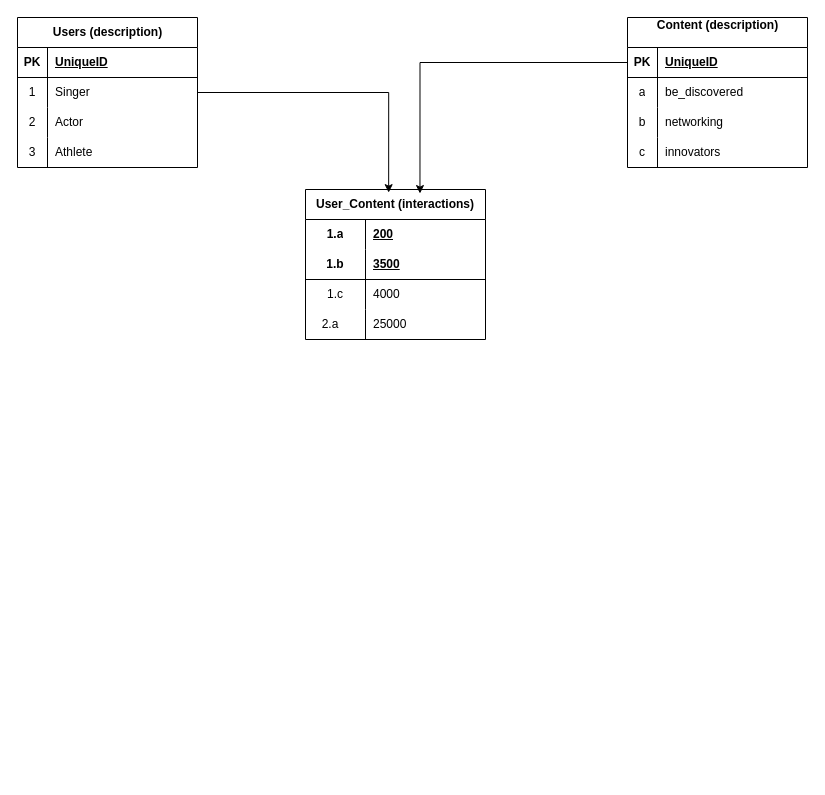
Earlier version of the draw.io diagram Untitled Diagram.drawio (joseantbelloac/Talentpitch). Source tidied: cells renumbered, new cells numbered last; positions are measured from the earlier drawing's top-left corner, leaving out a move shared by most shapes. Both pictures are drawn from the tidied source at 100%, with x=0, y=0 at pixel (17, 17).
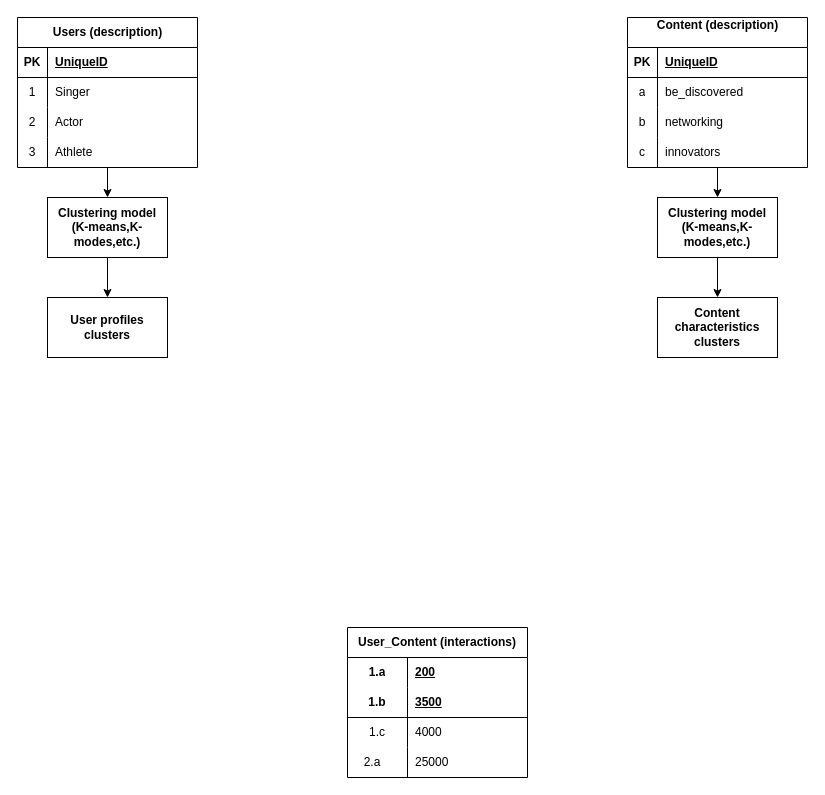
After the change.

The change refers to these unchanged cells:
```xml
<mxCell id="15" value="Users (description)" style="shape=table;startSize=30;childLayout=tableLayout;rowLines=0;fontStyle=1;align=center;html=1;" parent="1" vertex="1">
  <mxGeometry width="180" height="150" as="geometry" />
</mxCell>
<mxCell id="28" value="Content (description)&lt;div&gt;&lt;br&gt;&lt;/div&gt;" style="shape=table;startSize=30;childLayout=tableLayout;rowLines=0;fontStyle=1;align=center;html=1;" parent="1" vertex="1">
  <mxGeometry x="610" width="180" height="150" as="geometry" />
</mxCell>
<mxCell id="29" style="shape=tableRow;horizontal=0;startSize=0;swimlaneHead=0;swimlaneBody=0;fillColor=none;points=[[0,0.5],[1,0.5]];portConstraint=eastwest;top=0;left=0;right=0;bottom=1;" parent="28" vertex="1">
  <mxGeometry y="30" width="180" height="30" as="geometry" />
</mxCell>
```

Diff of the diagram source:
```diff
@@
     <mxCell id="2" value="User_Content (interactions)" style="shape=table;startSize=30;childLayout=tableLayout;rowLines=0;fontStyle=1;align=center;html=1;whiteSpace=wrap;" parent="1" vertex="1">
-      <mxGeometry x="288" y="172" width="180" height="150" as="geometry" />
+      <mxGeometry x="330" y="610" width="180" height="150" as="geometry" />
     </mxCell>
@@
+    <mxCell id="43" style="edgeStyle=orthogonalEdgeStyle;rounded=0;jettySize=auto;html=1;" parent="1" edge="1" source="15" target="46">
+      <mxGeometry relative="1" as="geometry" />
+    </mxCell>
@@
+    <mxCell id="44" style="edgeStyle=orthogonalEdgeStyle;rounded=0;jettySize=auto;html=1;entryX=0.5;entryY=0;entryDx=0;entryDy=0;" parent="1" edge="1" source="28" target="48">
+      <mxGeometry relative="1" as="geometry" />
+    </mxCell>
@@
-    <mxCell id="41" style="edgeStyle=orthogonalEdgeStyle;rounded=0;jettySize=auto;html=1;entryX=0.462;entryY=0.021;entryDx=0;entryDy=0;entryPerimeter=0;" parent="1" edge="1" source="15" target="2">
-      <mxGeometry relative="1" as="geometry" />
-    </mxCell>
-    <mxCell id="42" style="edgeStyle=orthogonalEdgeStyle;rounded=0;jettySize=auto;html=1;entryX=0.636;entryY=0.027;entryDx=0;entryDy=0;entryPerimeter=0;" parent="1" edge="1" source="29" target="2">
-      <mxGeometry relative="1" as="geometry" />
-    </mxCell>
+    <mxCell id="45" style="edgeStyle=orthogonalEdgeStyle;rounded=0;jettySize=auto;html=1;" parent="1" edge="1" source="46" target="49">
+      <mxGeometry relative="1" as="geometry" />
+    </mxCell>
+    <mxCell id="46" value="Clustering model&lt;div&gt;(K-means,K-modes,etc.)&lt;/div&gt;" style="whiteSpace=wrap;html=1;startSize=30;fontStyle=1;" parent="1" vertex="1">
+      <mxGeometry x="30" y="180" width="120" height="60" as="geometry" />
+    </mxCell>
+    <mxCell id="47" style="edgeStyle=orthogonalEdgeStyle;rounded=0;jettySize=auto;html=1;" parent="1" edge="1" source="48" target="50">
+      <mxGeometry relative="1" as="geometry" />
+    </mxCell>
+    <mxCell id="48" value="Clustering model&lt;div&gt;(K-means,K-modes,etc.)&lt;/div&gt;" style="whiteSpace=wrap;html=1;startSize=30;fontStyle=1;" parent="1" vertex="1">
+      <mxGeometry x="640" y="180" width="120" height="60" as="geometry" />
+    </mxCell>
+    <mxCell id="49" value="User profiles clusters" style="whiteSpace=wrap;html=1;startSize=30;fontStyle=1;" parent="1" vertex="1">
+      <mxGeometry x="30" y="280" width="120" height="60" as="geometry" />
+    </mxCell>
+    <mxCell id="50" value="Content characteristics clusters" style="whiteSpace=wrap;html=1;startSize=30;fontStyle=1;" parent="1" vertex="1">
+      <mxGeometry x="640" y="280" width="120" height="60" as="geometry" />
+    </mxCell>
```
